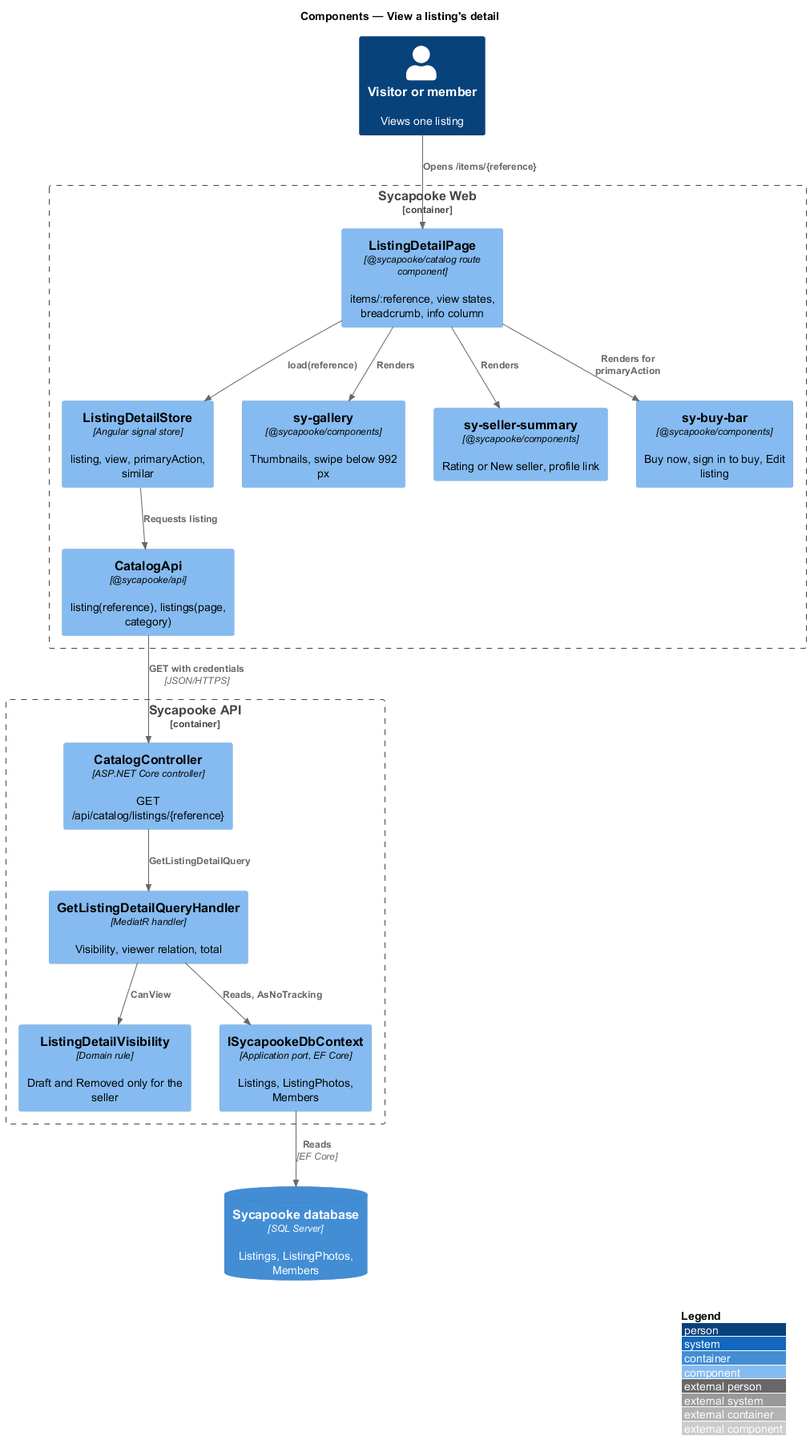
The PlantUML diagram docs/detailed-designs/catalog/view-listing-detail/diagrams/c4-component.png in QuinntyneBrown/sycapooke, before a commit. Source of this version:
```plantuml
@startuml
!include <C4/C4_Component>
LAYOUT_WITH_LEGEND()
title Components — View a listing's detail

Person(viewer, "Visitor or member", "Views one listing")
Container_Boundary(web, "Sycapooke Web") {
  Component(page, "ListingDetailPage", "@sycapooke/catalog route component", "items/:reference, view states, breadcrumb, info column")
  Component(store, "ListingDetailStore", "Angular signal store", "listing, view, primaryAction, similar")
  Component(gallery, "sy-gallery", "@sycapooke/components", "Thumbnails, swipe below 992 px")
  Component(seller, "sy-seller-summary", "@sycapooke/components", "Rating or New seller, profile link")
  Component(buybar, "sy-buy-bar", "@sycapooke/components", "Buy now, sign in to buy, Edit listing")
  Component(client, "CatalogApi", "@sycapooke/api", "listing(reference), listings(page, category)")
}
Container_Boundary(api, "Sycapooke API") {
  Component(ctrl, "CatalogController", "ASP.NET Core controller", "GET /api/catalog/listings/{reference}")
  Component(handler, "GetListingDetailQueryHandler", "MediatR handler", "Visibility, viewer relation, total")
  Component(vis, "ListingDetailVisibility", "Domain rule", "Draft and Removed only for the seller")
  Component(dbctx, "ISycapookeDbContext", "Application port, EF Core", "Listings, ListingPhotos, Members")
}
ContainerDb(db, "Sycapooke database", "SQL Server", "Listings, ListingPhotos, Members")

Rel(viewer, page, "Opens /items/{reference}")
Rel(page, store, "load(reference)")
Rel(page, gallery, "Renders")
Rel(page, seller, "Renders")
Rel(page, buybar, "Renders for primaryAction")
Rel(store, client, "Requests listing")
Rel(client, ctrl, "GET with credentials", "JSON/HTTPS")
Rel(ctrl, handler, "GetListingDetailQuery")
Rel(handler, vis, "CanView")
Rel(handler, dbctx, "Reads, AsNoTracking")
Rel(dbctx, db, "Reads", "EF Core")
@enduml
```
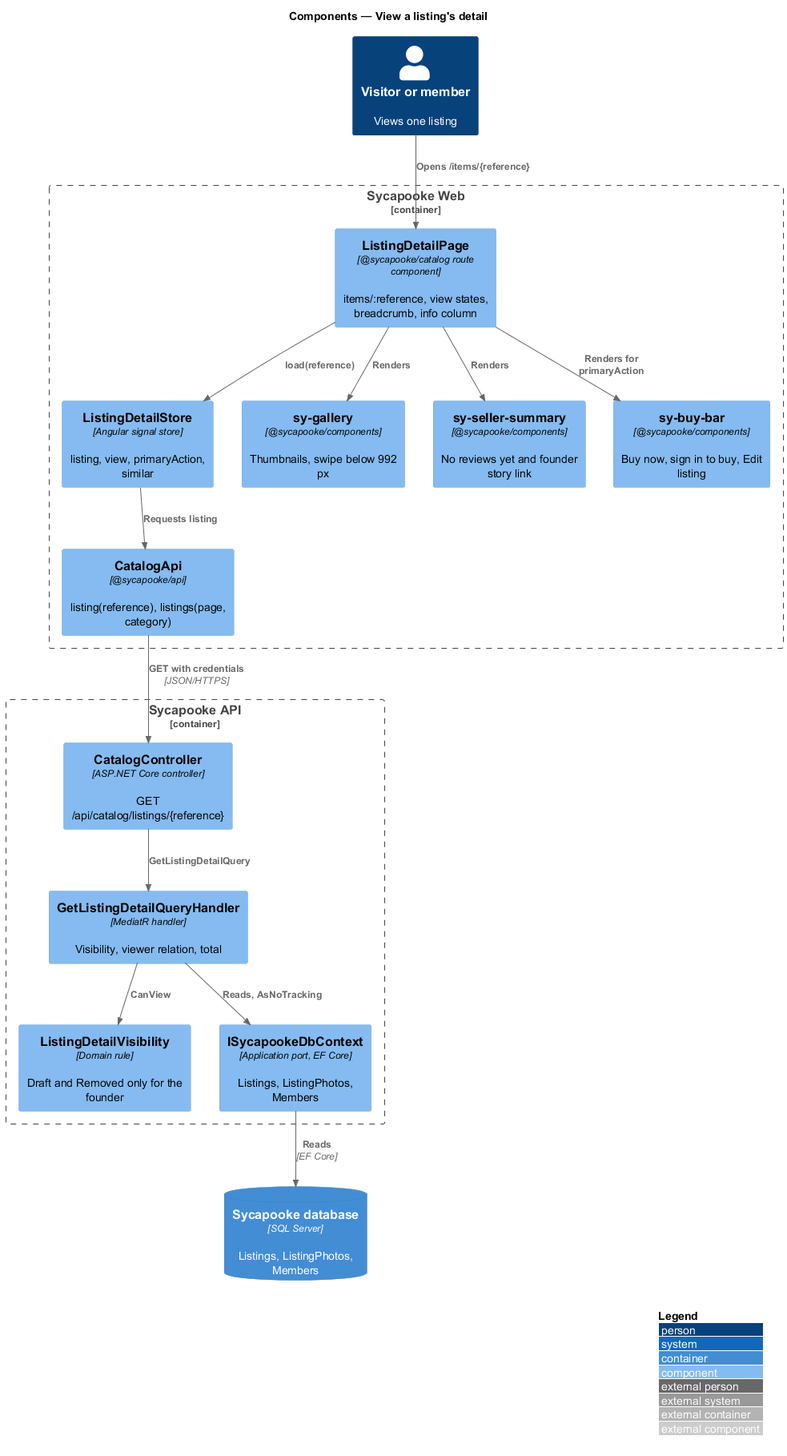
After the change.

What changed in the source:
```diff
@@ -8,14 +8,14 @@
   Component(page, "ListingDetailPage", "@sycapooke/catalog route component", "items/:reference, view states, breadcrumb, info column")
   Component(store, "ListingDetailStore", "Angular signal store", "listing, view, primaryAction, similar")
   Component(gallery, "sy-gallery", "@sycapooke/components", "Thumbnails, swipe below 992 px")
-  Component(seller, "sy-seller-summary", "@sycapooke/components", "Rating or New seller, profile link")
+  Component(seller, "sy-seller-summary", "@sycapooke/components", "No reviews yet and founder story link")
   Component(buybar, "sy-buy-bar", "@sycapooke/components", "Buy now, sign in to buy, Edit listing")
   Component(client, "CatalogApi", "@sycapooke/api", "listing(reference), listings(page, category)")
 }
 Container_Boundary(api, "Sycapooke API") {
   Component(ctrl, "CatalogController", "ASP.NET Core controller", "GET /api/catalog/listings/{reference}")
   Component(handler, "GetListingDetailQueryHandler", "MediatR handler", "Visibility, viewer relation, total")
-  Component(vis, "ListingDetailVisibility", "Domain rule", "Draft and Removed only for the seller")
+  Component(vis, "ListingDetailVisibility", "Domain rule", "Draft and Removed only for the founder")
   Component(dbctx, "ISycapookeDbContext", "Application port, EF Core", "Listings, ListingPhotos, Members")
 }
 ContainerDb(db, "Sycapooke database", "SQL Server", "Listings, ListingPhotos, Members")
```
